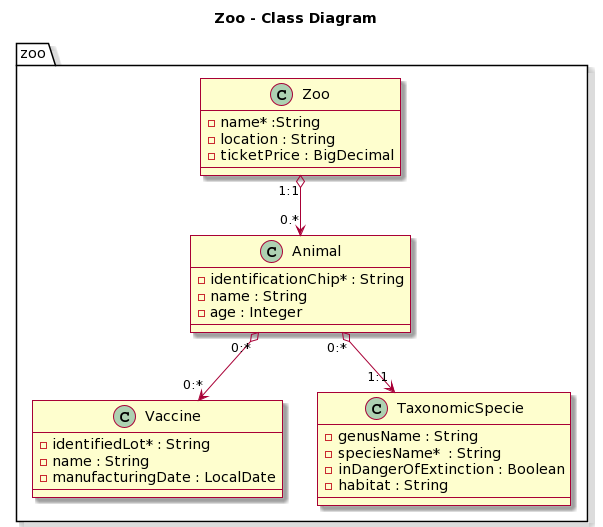
This is docs/zoo.models.png from wzzzzwwzw/apaw-practice, a PlantUML export, as it was before one commit.
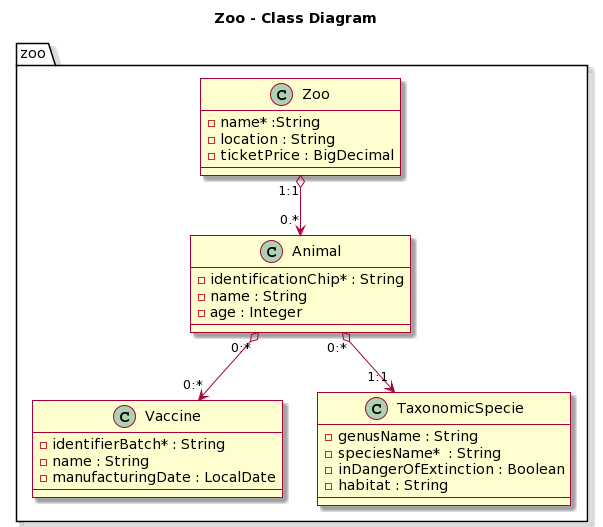
The same file after the commit.

The edit, as a diff of the source:
```diff
@@ -18,7 +18,7 @@
   -age : Integer
   }
   class Vaccine{
-  -identifiedLot* : String
+  -identifierBatch* : String
   -name : String
   -manufacturingDate : LocalDate
   }
```
